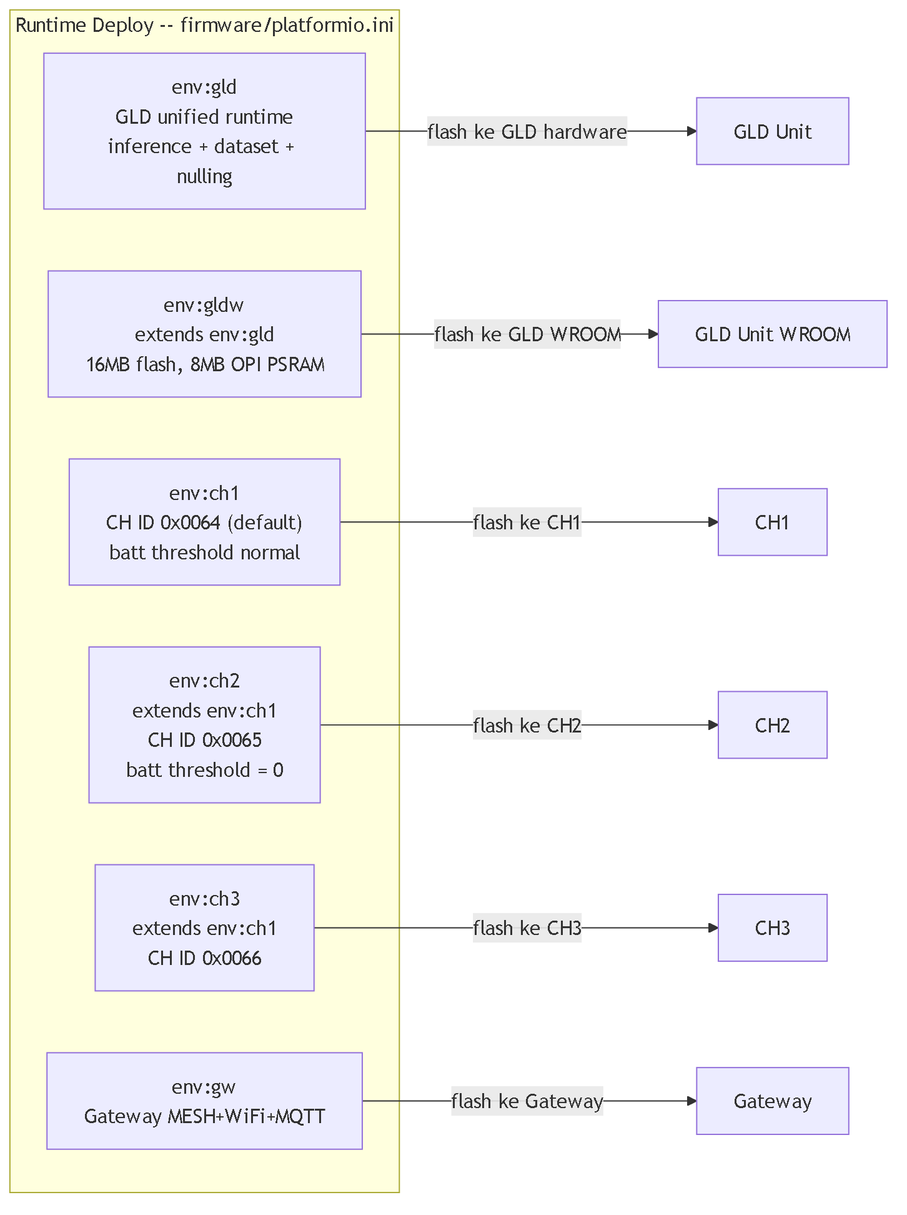
The Mermaid diagram _mermaid_tmp/diag_04.png in fadlurrahmanf/PertaminaGLD, before a commit. Its source is kept beside it as _mermaid_tmp/diag_04.mmd.
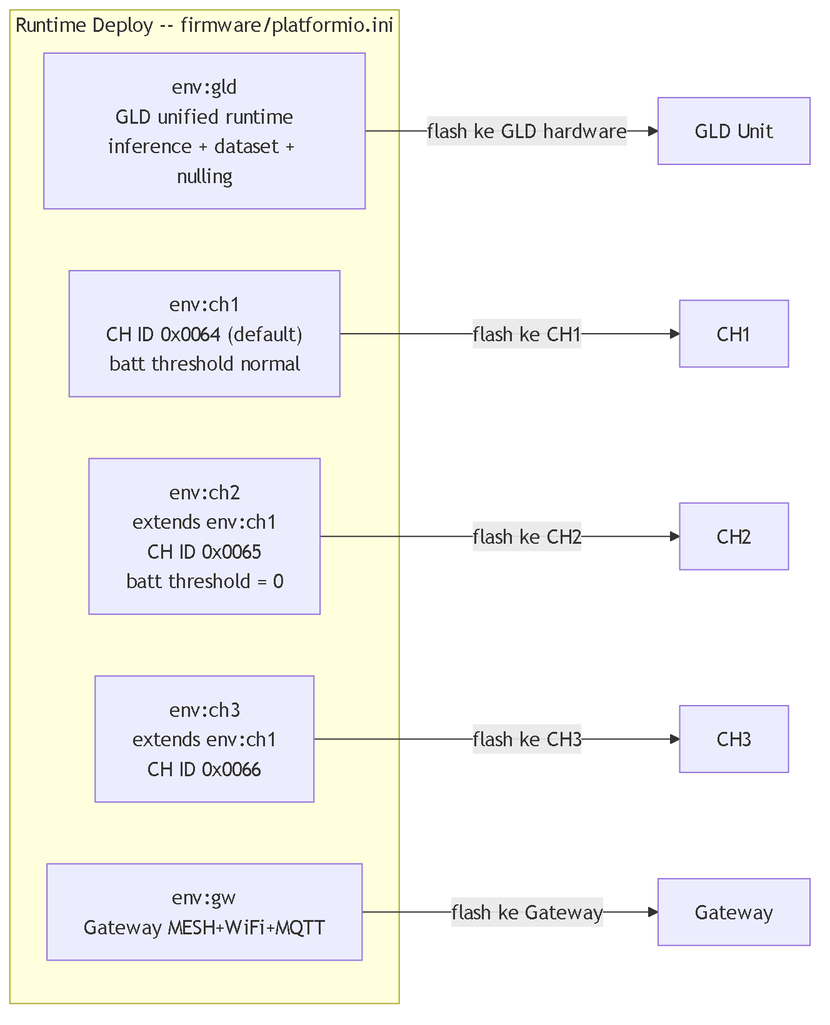
After the commit.

The edit, as a diff of the source:
```diff
@@ -1,7 +1,6 @@
 graph LR
     subgraph RUNTIME["Runtime Deploy -- firmware/platformio.ini"]
         GLD_ENV["env:gld\nGLD unified runtime\ninference + dataset + nulling"]
-        GLDW_ENV["env:gldw\nextends env:gld\n16MB flash, 8MB OPI PSRAM"]
         CH1_ENV["env:ch1\nCH ID 0x0064 (default)\nbatt threshold normal"]
         CH2_ENV["env:ch2\nextends env:ch1\nCH ID 0x0065\nbatt threshold = 0"]
         CH3_ENV["env:ch3\nextends env:ch1\nCH ID 0x0066"]
@@ -9,7 +8,6 @@
     end
 
     GLD_ENV -->|"flash ke GLD hardware"| HW_GLD["GLD Unit"]
-    GLDW_ENV -->|"flash ke GLD WROOM"| HW_GLDW["GLD Unit WROOM"]
     CH1_ENV -->|"flash ke CH1"| HW_CH1["CH1"]
     CH2_ENV -->|"flash ke CH2"| HW_CH2["CH2"]
     CH3_ENV -->|"flash ke CH3"| HW_CH3["CH3"]
```
